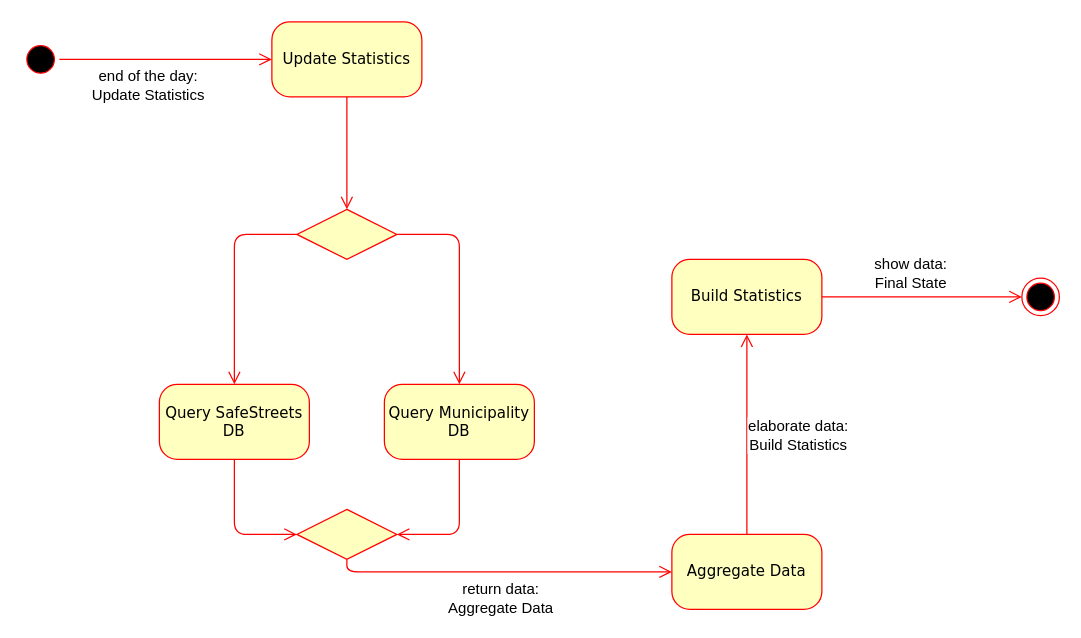
Before: RASD/diagrams/statisticsConstruction.drawio in GiorgioUghini/SafeStreets, a draw.io diagram. Source tidied: cells renumbered, new cells numbered last; positions are measured from the earlier drawing's top-left corner, leaving out a move shared by most shapes. Both pictures are drawn from the tidied source at 125%, with x=0, y=0 at pixel (21, 21).
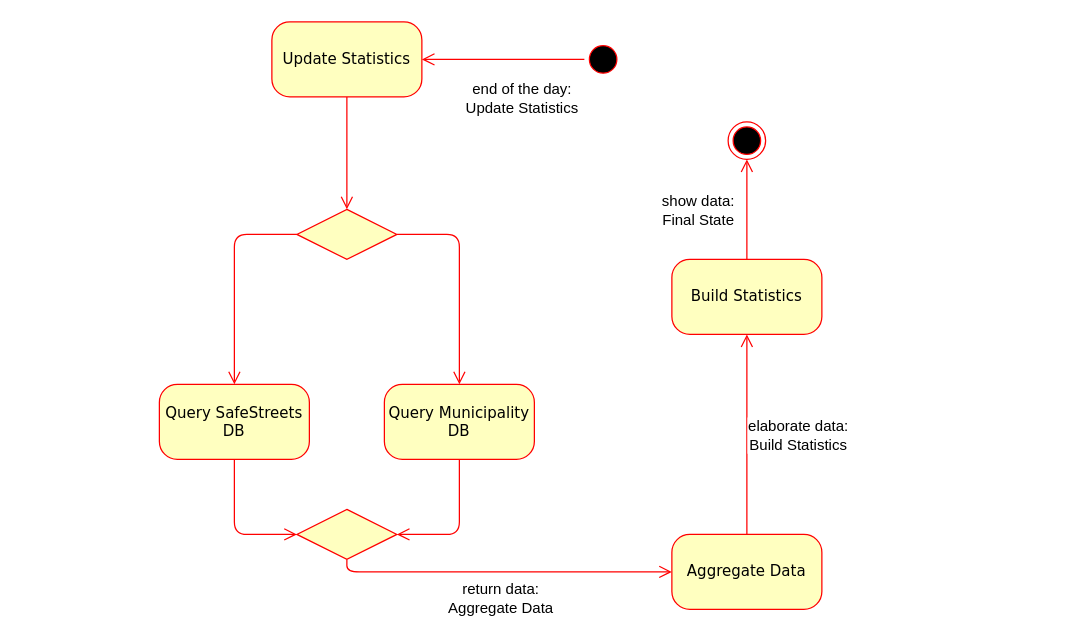
Above is the later version.

The change refers to these unchanged cells:
```xml
<mxCell id="4" style="edgeStyle=orthogonalEdgeStyle;html=1;labelBackgroundColor=none;endArrow=open;endSize=8;strokeColor=#ff0000;fontFamily=Verdana;fontSize=12;align=left;" parent="1" edge="1" source="2" target="3">
  <mxGeometry relative="1" as="geometry" />
</mxCell>
<mxCell id="19" value="Build Statistics" style="rounded=1;whiteSpace=wrap;html=1;arcSize=24;fillColor=#ffffc0;strokeColor=#ff0000;shadow=0;comic=0;labelBackgroundColor=none;fontFamily=Verdana;fontSize=12;fontColor=#000000;align=center;" parent="1" vertex="1">
  <mxGeometry x="520" y="190" width="120" height="60" as="geometry" />
</mxCell>
```

The edit, as a diff of the source:
```diff
@@
     <mxCell id="2" style="ellipse;html=1;shape=startState;fillColor=#000000;strokeColor=#ff0000;rounded=1;shadow=0;comic=0;labelBackgroundColor=none;fontFamily=Verdana;fontSize=12;fontColor=#000000;align=center;direction=south;" parent="1" vertex="1">
-      <mxGeometry y="15" width="30" height="30" as="geometry" />
+      <mxGeometry x="450" y="15" width="30" height="30" as="geometry" />
     </mxCell>
@@
     <mxCell id="5" value="end of the day:&lt;br&gt;Update Statistics" style="text;html=1;align=center;verticalAlign=middle;labelBackgroundColor=#ffffff;" parent="4" vertex="1">
       <mxGeometry x="-0.25" y="2" relative="1" as="geometry">
-        <mxPoint x="6" y="22" as="offset" />
+        <mxPoint x="-2" y="28" as="offset" />
       </mxGeometry>
     </mxCell>
     <mxCell id="6" style="ellipse;html=1;shape=endState;fillColor=#000000;strokeColor=#ff0000;rounded=1;shadow=0;comic=0;labelBackgroundColor=none;fontFamily=Verdana;fontSize=12;fontColor=#000000;align=center;" parent="1" vertex="1">
-      <mxGeometry x="800" y="205" width="30" height="30" as="geometry" />
+      <mxGeometry x="565" y="80" width="30" height="30" as="geometry" />
     </mxCell>
@@
-    <mxCell id="22" style="edgeStyle=elbowEdgeStyle;html=1;labelBackgroundColor=none;endArrow=open;endSize=8;strokeColor=#ff0000;fontFamily=Verdana;fontSize=12;align=left;exitX=1;exitY=0.5;exitDx=0;exitDy=0;entryX=0;entryY=0.5;entryDx=0;entryDy=0;" parent="1" edge="1" source="19" target="6">
+    <mxCell id="22" style="edgeStyle=elbowEdgeStyle;html=1;labelBackgroundColor=none;endArrow=open;endSize=8;strokeColor=#ff0000;fontFamily=Verdana;fontSize=12;align=left;exitX=0.5;exitY=0;exitDx=0;exitDy=0;entryX=0.5;entryY=1;entryDx=0;entryDy=0;" parent="1" edge="1" source="19" target="6">
       <mxGeometry relative="1" as="geometry" />
     </mxCell>
     <mxCell id="23" value="show data:&lt;br&gt;Final State" style="text;html=1;align=center;verticalAlign=middle;labelBackgroundColor=#ffffff;" parent="22" vertex="1">
       <mxGeometry y="24" relative="1" as="geometry">
-        <mxPoint x="-10" y="4" as="offset" />
+        <mxPoint x="-16" as="offset" />
       </mxGeometry>
     </mxCell>
```
